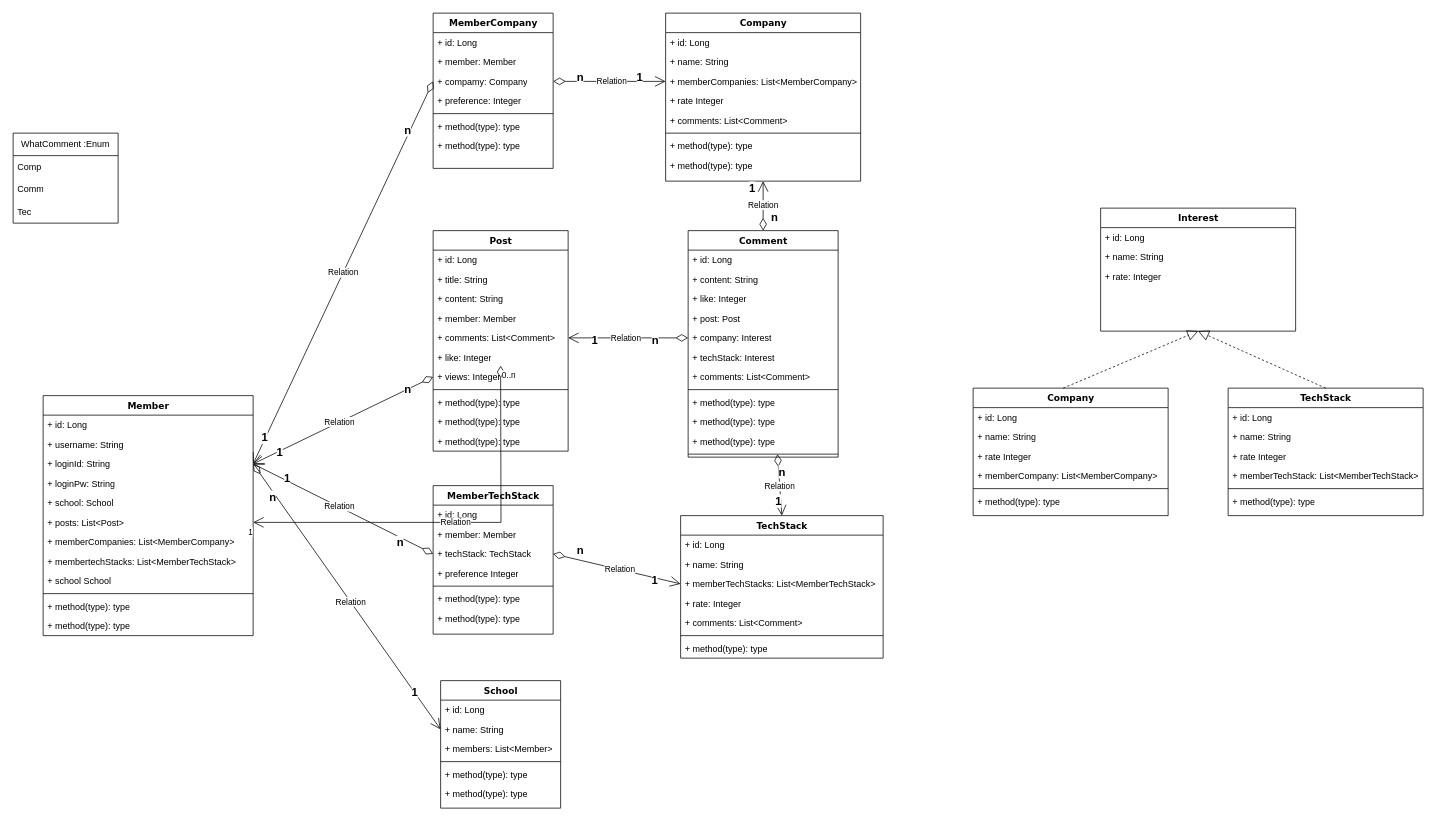
Earlier version of the draw.io diagram src/main/resources/static/클래스 다이어그램.drawio (ChungComi/Server). Source tidied: cells renumbered, new cells numbered last; positions are measured from the earlier drawing's top-left corner, leaving out a move shared by most shapes. Both pictures are drawn from the tidied source at 75%, with x=0, y=0 at pixel (13, 13).
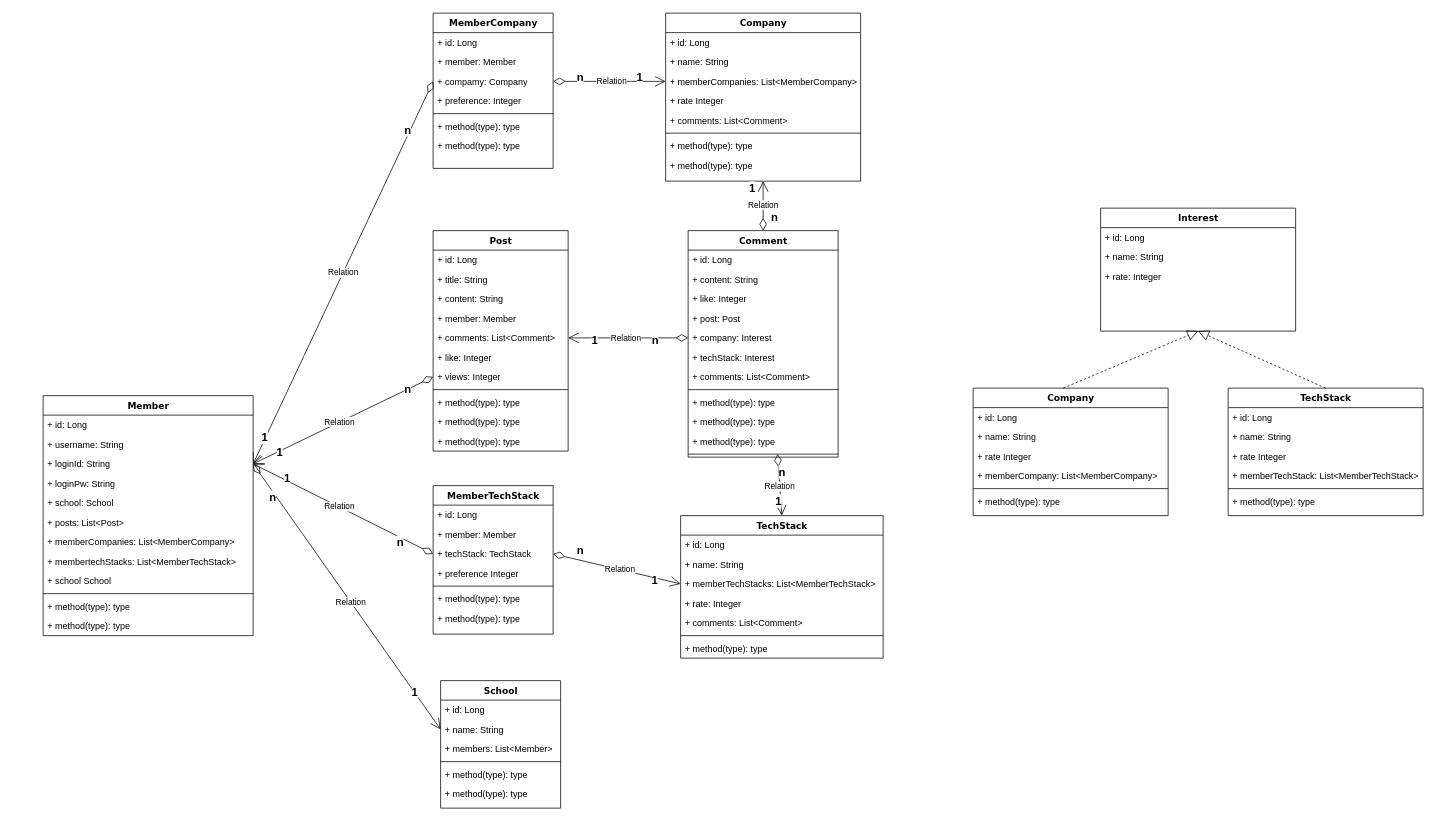
The same page after the edit.

Unchanged cells that the change refers to:
```xml
<mxCell id="8" value="+ posts: List&amp;lt;Post&amp;gt;" style="text;html=1;strokeColor=none;fillColor=none;align=left;verticalAlign=top;spacingLeft=4;spacingRight=4;whiteSpace=wrap;overflow=hidden;points=[[0,0.5],[1,0.5]];portConstraint=eastwest;" parent="2" vertex="1">
  <mxGeometry y="156" width="280" height="26" as="geometry" />
</mxCell>
```

The edit, as a diff of the source:
```diff
@@
-    <mxCell id="73" value="Relation" style="endArrow=open;html=1;endSize=12;startArrow=diamondThin;startSize=14;startFill=0;edgeStyle=orthogonalEdgeStyle;rounded=0;entryX=1;entryY=0.5;entryDx=0;entryDy=0;exitX=0;exitY=0.5;exitDx=0;exitDy=0;" parent="1" edge="1" target="8">
-      <mxGeometry relative="1" as="geometry">
-        <mxPoint x="650" y="470" as="sourcePoint" />
-      </mxGeometry>
-    </mxCell>
-    <mxCell id="74" value="0..n" style="edgeLabel;html=1;align=left;verticalAlign=top;" parent="73" vertex="1">
-      <mxGeometry x="-1" relative="1" as="geometry" />
-    </mxCell>
-    <mxCell id="75" value="1" style="edgeLabel;html=1;align=right;verticalAlign=top;" parent="73" vertex="1">
-      <mxGeometry x="1" relative="1" as="geometry" />
-    </mxCell>
-    <mxCell id="76" value="WhatComment :Enum" style="swimlane;fontStyle=0;horizontal=1;startSize=30;whiteSpace=wrap;html=1;" parent="1" vertex="1">
-      <mxGeometry y="160" width="140" height="120" as="geometry" />
-    </mxCell>
-    <mxCell id="77" value="Comp" style="text;strokeColor=none;fillColor=none;align=left;verticalAlign=middle;spacingLeft=4;spacingRight=4;overflow=hidden;whiteSpace=wrap;html=1;" parent="76" vertex="1">
-      <mxGeometry y="30" width="140" height="30" as="geometry" />
-    </mxCell>
-    <mxCell id="78" value="Comm" style="text;strokeColor=none;fillColor=none;align=left;verticalAlign=middle;spacingLeft=4;spacingRight=4;overflow=hidden;whiteSpace=wrap;html=1;" parent="76" vertex="1">
-      <mxGeometry y="60" width="140" height="30" as="geometry" />
-    </mxCell>
-    <mxCell id="79" value="Tec" style="text;strokeColor=none;fillColor=none;align=left;verticalAlign=middle;spacingLeft=4;spacingRight=4;overflow=hidden;whiteSpace=wrap;html=1;" parent="76" vertex="1">
-      <mxGeometry y="90" width="140" height="30" as="geometry" />
-    </mxCell>
```
